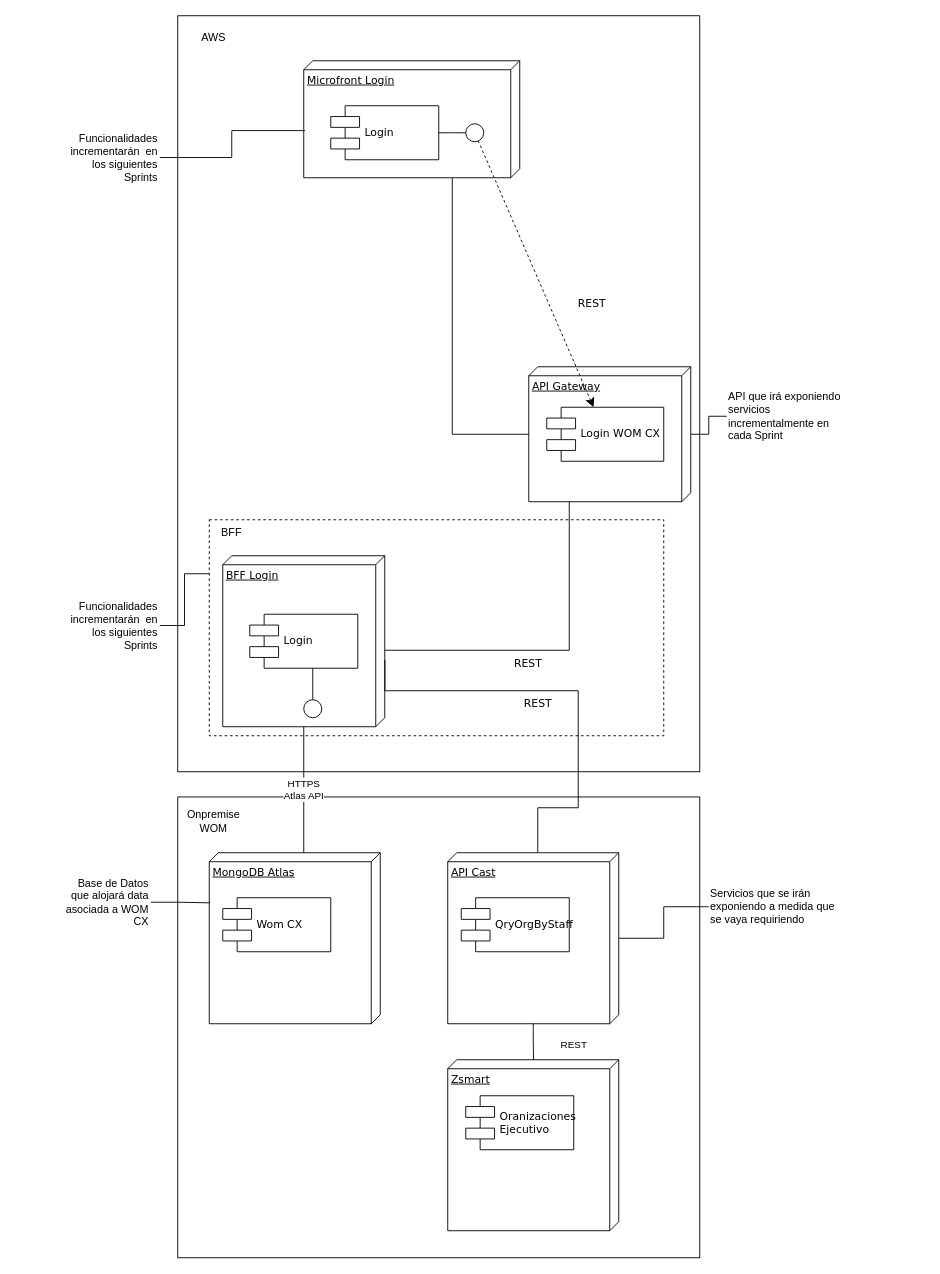
Above: despliegueComponentes.drawio in linosnt/womCX (draw.io), before the change. Source tidied: cells renumbered, new cells numbered last; positions are measured from the earlier drawing's top-left corner, leaving out a move shared by most shapes. Both pictures are drawn from the tidied source at 90%, with x=0, y=0 at pixel (60, 15).
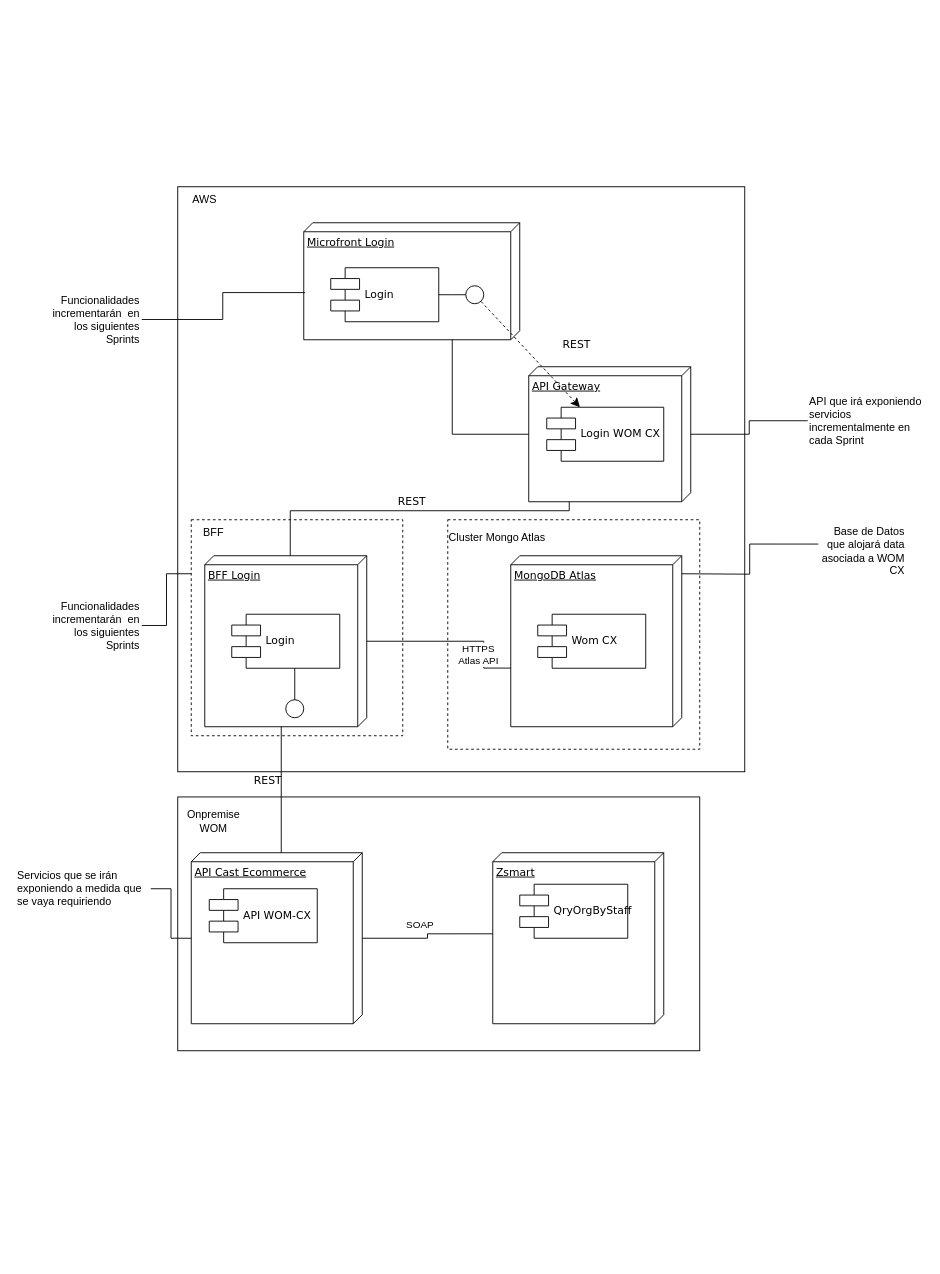
The same page after the edit.

Unchanged cells that the change refers to:
```xml
<mxCell id="7" value="API Gateway" style="verticalAlign=top;align=left;spacingTop=8;spacingLeft=2;spacingRight=12;shape=cube;size=10;direction=south;fontStyle=4;html=1;rounded=0;shadow=0;comic=0;labelBackgroundColor=none;strokeWidth=1;fontFamily=Verdana;fontSize=12;" parent="1" vertex="1">
  <mxGeometry x="520" y="390" width="180" height="150" as="geometry" />
</mxCell>
```

Change to the diagram source:
```diff
@@
     <mxCell id="2" style="rounded=0;whiteSpace=wrap;html=1;fillColor=none;align=left;" parent="1" vertex="1">
-      <mxGeometry x="130" y="868" width="580" height="512" as="geometry" />
+      <mxGeometry x="130" y="868" width="580" height="282" as="geometry" />
     </mxCell>
     <mxCell id="3" style="rounded=0;whiteSpace=wrap;html=1;fillColor=none;align=left;" parent="1" vertex="1">
-      <mxGeometry x="130" width="580" height="840" as="geometry" />
+      <mxGeometry x="130" y="190" width="630" height="650" as="geometry" />
     </mxCell>
     <mxCell id="4" style="rounded=0;whiteSpace=wrap;html=1;dashed=1;fillColor=none;align=left;" parent="1" vertex="1">
-      <mxGeometry x="165" y="560" width="505" height="240" as="geometry" />
+      <mxGeometry x="145" y="560" width="235" height="240" as="geometry" />
     </mxCell>
     <mxCell id="5" value="Microfront Login" style="verticalAlign=top;align=left;spacingTop=8;spacingLeft=2;spacingRight=12;shape=cube;size=10;direction=south;fontStyle=4;html=1;rounded=0;shadow=0;comic=0;labelBackgroundColor=none;strokeWidth=1;fontFamily=Verdana;fontSize=12;" parent="1" vertex="1">
-      <mxGeometry x="270" y="50" width="240" height="130" as="geometry" />
+      <mxGeometry x="270" y="230" width="240" height="130" as="geometry" />
     </mxCell>
     <mxCell id="6" value="BFF Login" style="verticalAlign=top;align=left;spacingTop=8;spacingLeft=2;spacingRight=12;shape=cube;size=10;direction=south;fontStyle=4;html=1;rounded=0;shadow=0;comic=0;labelBackgroundColor=none;strokeWidth=1;fontFamily=Verdana;fontSize=12;" parent="1" vertex="1">
-      <mxGeometry x="180" y="600" width="180" height="190" as="geometry" />
+      <mxGeometry x="160" y="600" width="180" height="190" as="geometry" />
     </mxCell>
@@
     <mxCell id="8" value="Login" style="shape=component;align=left;spacingLeft=36;rounded=0;shadow=0;comic=0;labelBackgroundColor=none;strokeWidth=1;fontFamily=Verdana;fontSize=12;html=1;" parent="1" vertex="1">
-      <mxGeometry x="300" y="100" width="120" height="60" as="geometry" />
+      <mxGeometry x="300" y="280" width="120" height="60" as="geometry" />
     </mxCell>
     <mxCell id="9" style="ellipse;whiteSpace=wrap;html=1;rounded=0;shadow=0;comic=0;labelBackgroundColor=none;strokeWidth=1;fontFamily=Verdana;fontSize=12;align=center;" parent="1" vertex="1">
-      <mxGeometry x="450" y="120" width="20" height="20" as="geometry" />
+      <mxGeometry x="450" y="300" width="20" height="20" as="geometry" />
     </mxCell>
     <mxCell id="10" value="Login" style="shape=component;align=left;spacingLeft=36;rounded=0;shadow=0;comic=0;labelBackgroundColor=none;strokeWidth=1;fontFamily=Verdana;fontSize=12;html=1;" parent="1" vertex="1">
-      <mxGeometry x="210" y="665" width="120" height="60" as="geometry" />
+      <mxGeometry x="190" y="665" width="120" height="60" as="geometry" />
     </mxCell>
     <mxCell id="11" style="ellipse;whiteSpace=wrap;html=1;rounded=0;shadow=0;comic=0;labelBackgroundColor=none;strokeWidth=1;fontFamily=Verdana;fontSize=12;align=center;" parent="1" vertex="1">
-      <mxGeometry x="270" y="760" width="20" height="20" as="geometry" />
+      <mxGeometry x="250" y="760" width="20" height="20" as="geometry" />
     </mxCell>
@@
-    <mxCell id="17" value="REST" style="edgeStyle=orthogonalEdgeStyle;rounded=0;html=1;labelBackgroundColor=none;startArrow=none;startFill=0;startSize=8;endArrow=none;endFill=0;endSize=16;fontFamily=Verdana;fontSize=12;exitX=0;exitY=0;exitDx=150;exitDy=135;exitPerimeter=0;entryX=0;entryY=0;entryDx=105;entryDy=0;entryPerimeter=0;" parent="1" edge="1" source="7" target="6">
-      <mxGeometry x="0.14" y="15" relative="1" as="geometry">
+    <mxCell id="17" value="REST" style="edgeStyle=orthogonalEdgeStyle;rounded=0;html=1;labelBackgroundColor=none;startArrow=none;startFill=0;startSize=8;endArrow=none;endFill=0;endSize=16;fontFamily=Verdana;fontSize=12;exitX=0;exitY=0;exitDx=150;exitDy=135;exitPerimeter=0;entryX=0;entryY=0;entryDx=0;entryDy=85;entryPerimeter=0;" parent="1" edge="1" source="7" target="6">
+      <mxGeometry y="-10" relative="1" as="geometry">
         <Array as="points">
-          <mxPoint x="565" y="705" />
+          <mxPoint x="565" y="550" />
+          <mxPoint x="255" y="550" />
         </Array>
       </mxGeometry>
     </mxCell>
     <mxCell id="18" value="MongoDB Atlas" style="verticalAlign=top;align=left;spacingTop=8;spacingLeft=2;spacingRight=12;shape=cube;size=10;direction=south;fontStyle=4;html=1;rounded=0;shadow=0;comic=0;labelBackgroundColor=none;strokeWidth=1;fontFamily=Verdana;fontSize=12;" parent="1" vertex="1">
-      <mxGeometry x="165" y="930" width="190" height="190" as="geometry" />
+      <mxGeometry x="500" y="600" width="190" height="190" as="geometry" />
     </mxCell>
-    <mxCell id="19" value="HTTPS&lt;br&gt;Atlas API" style="edgeStyle=orthogonalEdgeStyle;rounded=0;jettySize=auto;html=1;entryX=0;entryY=0;entryDx=0;entryDy=85;entryPerimeter=0;endArrow=none;endFill=0;" parent="1" edge="1" source="6" target="18">
-      <mxGeometry relative="1" as="geometry" />
+    <mxCell id="19" value="HTTPS&lt;br&gt;Atlas API" style="edgeStyle=orthogonalEdgeStyle;rounded=0;jettySize=auto;html=1;entryX=0.657;entryY=0.999;entryDx=0;entryDy=0;entryPerimeter=0;endArrow=none;endFill=0;" parent="1" edge="1" source="6" target="18">
+      <mxGeometry x="0.29" y="-15" relative="1" as="geometry">
+        <Array as="points">
+          <mxPoint x="470" y="695" />
+        </Array>
+        <mxPoint x="1" as="offset" />
+      </mxGeometry>
     </mxCell>
     <mxCell id="20" value="Wom CX" style="shape=component;align=left;spacingLeft=36;rounded=0;shadow=0;comic=0;labelBackgroundColor=none;strokeWidth=1;fontFamily=Verdana;fontSize=12;html=1;" parent="1" vertex="1">
-      <mxGeometry x="180" y="980" width="120" height="60" as="geometry" />
+      <mxGeometry x="530" y="665" width="120" height="60" as="geometry" />
     </mxCell>
-    <mxCell id="21" value="API Cast" style="verticalAlign=top;align=left;spacingTop=8;spacingLeft=2;spacingRight=12;shape=cube;size=10;direction=south;fontStyle=4;html=1;rounded=0;shadow=0;comic=0;labelBackgroundColor=none;strokeWidth=1;fontFamily=Verdana;fontSize=12;" parent="1" vertex="1">
-      <mxGeometry x="430" y="930" width="190" height="190" as="geometry" />
+    <mxCell id="21" value="API Cast Ecommerce" style="verticalAlign=top;align=left;spacingTop=8;spacingLeft=2;spacingRight=12;shape=cube;size=10;direction=south;fontStyle=4;html=1;rounded=0;shadow=0;comic=0;labelBackgroundColor=none;strokeWidth=1;fontFamily=Verdana;fontSize=12;" parent="1" vertex="1">
+      <mxGeometry x="145" y="930" width="190" height="190" as="geometry" />
     </mxCell>
-    <mxCell id="22" value="QryOrgByStaff" style="shape=component;align=left;spacingLeft=36;rounded=0;shadow=0;comic=0;labelBackgroundColor=none;strokeWidth=1;fontFamily=Verdana;fontSize=12;html=1;" parent="1" vertex="1">
-      <mxGeometry x="445" y="980" width="120" height="60" as="geometry" />
-    </mxCell>
     <mxCell id="23" value="Zsmart" style="verticalAlign=top;align=left;spacingTop=8;spacingLeft=2;spacingRight=12;shape=cube;size=10;direction=south;fontStyle=4;html=1;rounded=0;shadow=0;comic=0;labelBackgroundColor=none;strokeWidth=1;fontFamily=Verdana;fontSize=12;" parent="1" vertex="1">
-      <mxGeometry x="430" y="1160" width="190" height="190" as="geometry" />
+      <mxGeometry x="480" y="930" width="190" height="190" as="geometry" />
     </mxCell>
-    <mxCell id="24" value="Oranizaciones&lt;br&gt;Ejecutivo" style="shape=component;align=left;spacingLeft=36;rounded=0;shadow=0;comic=0;labelBackgroundColor=none;strokeWidth=1;fontFamily=Verdana;fontSize=12;html=1;" parent="1" vertex="1">
-      <mxGeometry x="450" y="1200" width="120" height="60" as="geometry" />
-    </mxCell>
-    <mxCell id="25" value="REST" style="edgeStyle=orthogonalEdgeStyle;rounded=0;jettySize=auto;html=1;entryX=0.001;entryY=0.498;entryDx=0;entryDy=0;entryPerimeter=0;endArrow=none;endFill=0;" parent="1" edge="1" source="21" target="23">
-      <mxGeometry x="0.14" y="45" relative="1" as="geometry" />
+    <mxCell id="25" value="SOAP" style="edgeStyle=orthogonalEdgeStyle;rounded=0;jettySize=auto;html=1;entryX=0.474;entryY=1;entryDx=0;entryDy=0;entryPerimeter=0;endArrow=none;endFill=0;" parent="1" edge="1" source="21" target="23">
+      <mxGeometry x="0.03" y="13" relative="1" as="geometry">
+        <mxPoint x="-8" y="3" as="offset" />
+      </mxGeometry>
     </mxCell>
-    <mxCell id="26" value="REST" style="edgeStyle=orthogonalEdgeStyle;rounded=0;html=1;labelBackgroundColor=none;startArrow=none;startFill=0;startSize=8;endArrow=none;endFill=0;endSize=16;fontFamily=Verdana;fontSize=12;exitX=0;exitY=0;exitDx=0;exitDy=90;exitPerimeter=0;entryX=0.61;entryY=-0.001;entryDx=0;entryDy=0;entryPerimeter=0;" parent="1" edge="1" source="21" target="6">
+    <mxCell id="26" value="REST" style="edgeStyle=orthogonalEdgeStyle;rounded=0;html=1;labelBackgroundColor=none;startArrow=none;startFill=0;startSize=8;endArrow=none;endFill=0;endSize=16;fontFamily=Verdana;fontSize=12;exitX=0;exitY=0;exitDx=0;exitDy=90;exitPerimeter=0;entryX=0;entryY=0;entryDx=190;entryDy=95;entryPerimeter=0;" parent="1" edge="1" source="21" target="6">
       <mxGeometry x="0.14" y="15" relative="1" as="geometry">
         <Array as="points">
-          <mxPoint x="575" y="880" />
-          <mxPoint x="575" y="750" />
-          <mxPoint x="360" y="750" />
+          <mxPoint x="245" y="910" />
+          <mxPoint x="245" y="910" />
         </Array>
       </mxGeometry>
     </mxCell>
     <mxCell id="27" value="AWS" style="text;html=1;strokeColor=none;fillColor=none;align=center;verticalAlign=middle;whiteSpace=wrap;rounded=0;" parent="1" vertex="1">
-      <mxGeometry x="140" y="10" width="60" height="30" as="geometry" />
+      <mxGeometry x="130" y="190" width="60" height="30" as="geometry" />
     </mxCell>
     <mxCell id="28" value="BFF" style="text;html=1;strokeColor=none;fillColor=none;align=center;verticalAlign=middle;whiteSpace=wrap;rounded=0;" parent="1" vertex="1">
-      <mxGeometry x="160" y="560" width="60" height="30" as="geometry" />
+      <mxGeometry x="140" y="560" width="60" height="30" as="geometry" />
     </mxCell>
@@
     <mxCell id="31" value="Servicios que se irán exponiendo a medida que se vaya requiriendo" style="text;html=1;strokeColor=none;fillColor=none;align=left;verticalAlign=middle;whiteSpace=wrap;rounded=0;" parent="1" vertex="1">
-      <mxGeometry x="720" y="950" width="150" height="80" as="geometry" />
+      <mxGeometry x="-50" y="930" width="150" height="80" as="geometry" />
     </mxCell>
     <mxCell id="32" value="Base de Datos que alojará data asociada a WOM CX" style="text;html=1;strokeColor=none;fillColor=none;align=right;verticalAlign=middle;whiteSpace=wrap;rounded=0;" parent="1" vertex="1">
-      <mxGeometry y="950" width="100" height="70" as="geometry" />
+      <mxGeometry x="840" y="560" width="100" height="70" as="geometry" />
     </mxCell>
-    <mxCell id="33" style="edgeStyle=orthogonalEdgeStyle;rounded=0;jettySize=auto;html=1;entryX=0.293;entryY=0.995;entryDx=0;entryDy=0;entryPerimeter=0;endArrow=none;endFill=0;" parent="1" edge="1" source="32" target="18">
-      <mxGeometry relative="1" as="geometry" />
+    <mxCell id="33" style="edgeStyle=orthogonalEdgeStyle;rounded=0;jettySize=auto;html=1;endArrow=none;endFill=0;exitX=0.018;exitY=0.386;exitDx=0;exitDy=0;exitPerimeter=0;" parent="1" edge="1" source="32">
+      <mxGeometry relative="1" as="geometry">
+        <mxPoint x="690" y="620" as="targetPoint" />
+      </mxGeometry>
     </mxCell>
@@
     <mxCell id="35" value="Funcionalidades incrementarán&amp;nbsp; en los siguientes Sprints" style="text;html=1;strokeColor=none;fillColor=none;align=right;verticalAlign=middle;whiteSpace=wrap;rounded=0;" parent="1" vertex="1">
-      <mxGeometry y="640" width="110" height="75" as="geometry" />
+      <mxGeometry x="-20" y="640" width="110" height="75" as="geometry" />
     </mxCell>
     <mxCell id="36" value="Funcionalidades incrementarán&amp;nbsp; en los siguientes Sprints" style="text;html=1;strokeColor=none;fillColor=none;align=right;verticalAlign=middle;whiteSpace=wrap;rounded=0;" parent="1" vertex="1">
-      <mxGeometry y="120" width="110" height="75" as="geometry" />
+      <mxGeometry x="-20" y="300" width="110" height="75" as="geometry" />
     </mxCell>
-    <mxCell id="37" style="edgeStyle=orthogonalEdgeStyle;rounded=0;jettySize=auto;html=1;entryX=0.597;entryY=0.994;entryDx=0;entryDy=0;entryPerimeter=0;endArrow=none;endFill=0;" parent="1" edge="1" source="36" target="5">
+    <mxCell id="37" style="edgeStyle=orthogonalEdgeStyle;rounded=0;jettySize=auto;html=1;entryX=0.597;entryY=0.994;entryDx=0;entryDy=0;entryPerimeter=0;endArrow=none;endFill=0;exitX=1;exitY=0.5;exitDx=0;exitDy=0;" parent="1" edge="1" source="36" target="5">
       <mxGeometry relative="1" as="geometry" />
     </mxCell>
@@
     <mxCell id="39" value="API que irá exponiendo servicios incrementalmente en cada Sprint" style="text;html=1;strokeColor=none;fillColor=none;align=left;verticalAlign=middle;whiteSpace=wrap;rounded=0;" parent="1" vertex="1">
-      <mxGeometry x="740" y="400" width="130" height="90" as="geometry" />
+      <mxGeometry x="830" y="405" width="130" height="90" as="geometry" />
     </mxCell>
+    <mxCell id="22" value="QryOrgByStaff" style="shape=component;align=left;spacingLeft=36;rounded=0;shadow=0;comic=0;labelBackgroundColor=none;strokeWidth=1;fontFamily=Verdana;fontSize=12;html=1;" parent="1" vertex="1">
+      <mxGeometry x="510" y="965" width="120" height="60" as="geometry" />
+    </mxCell>
+    <mxCell id="40" value="API WOM-CX" style="shape=component;align=left;spacingLeft=36;rounded=0;shadow=0;comic=0;labelBackgroundColor=none;strokeWidth=1;fontFamily=Verdana;fontSize=12;html=1;" parent="1" vertex="1">
+      <mxGeometry x="165" y="970" width="120" height="60" as="geometry" />
+    </mxCell>
+    <mxCell id="41" style="rounded=0;whiteSpace=wrap;html=1;dashed=1;fillColor=none;align=left;" parent="1" vertex="1">
+      <mxGeometry x="430" y="560" width="280" height="255" as="geometry" />
+    </mxCell>
+    <mxCell id="42" value="Cluster Mongo Atlas" style="text;html=1;strokeColor=none;fillColor=none;align=center;verticalAlign=middle;whiteSpace=wrap;rounded=0;" parent="1" vertex="1">
+      <mxGeometry x="430" y="560" width="110" height="40" as="geometry" />
+    </mxCell>
```
